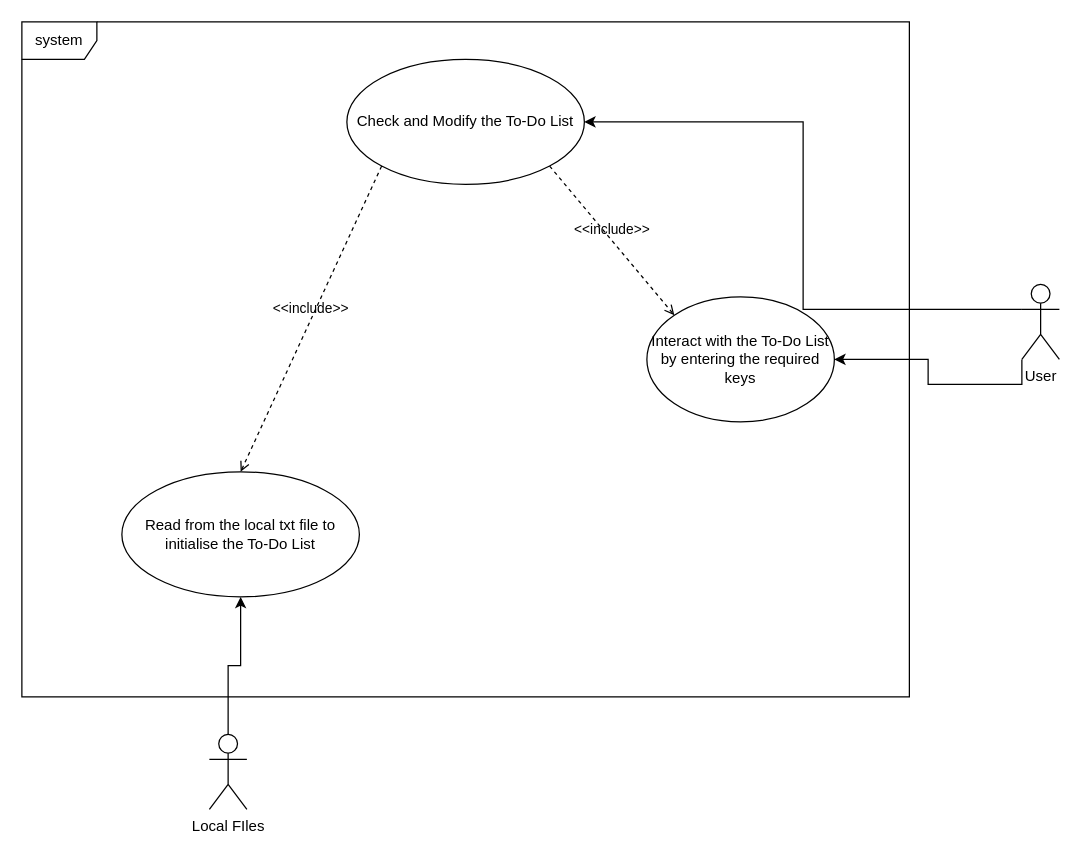
The draw.io diagram page "Use Case Diagram" (1 of 3) of uml_diagrams/ToDoListConsoleApplication.drawio in EvatsugDnalloR/ToDoListConsoleApplication, before the edit. Source tidied: cells renumbered, new cells numbered last; positions are measured from the earlier drawing's top-left corner, leaving out a move shared by most shapes. Both pictures are drawn from the tidied source at 125%, with x=0, y=0 at pixel (21, 21).
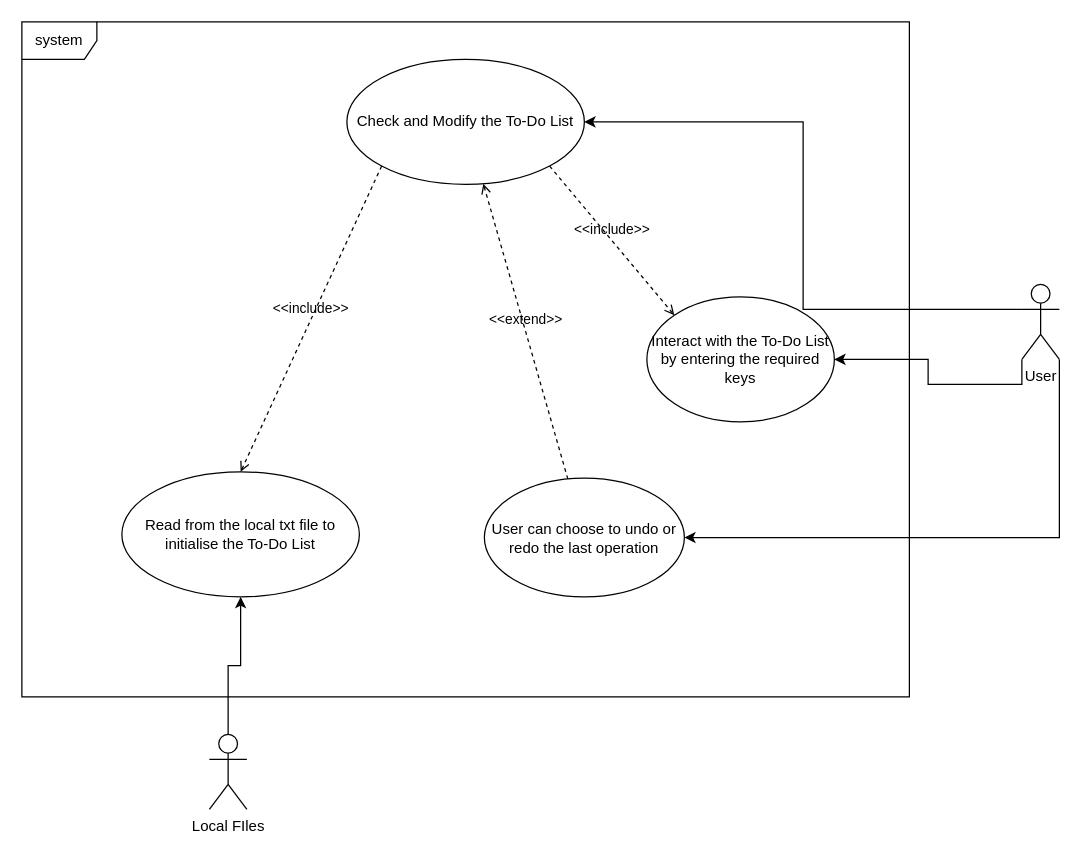
The same diagram, later.

What changed in the source:
```diff
@@
 <mxGraphModel>
   <root>
     <mxCell id="0" />
     <mxCell id="1" parent="0" />
     <mxCell id="2" value="system" style="shape=umlFrame;whiteSpace=wrap;html=1;" parent="1" vertex="1">
       <mxGeometry width="710" height="540" as="geometry" />
     </mxCell>
     <mxCell id="3" style="edgeStyle=orthogonalEdgeStyle;rounded=0;jettySize=auto;html=1;exitX=0;exitY=1;exitDx=0;exitDy=0;exitPerimeter=0;entryX=1;entryY=0.5;entryDx=0;entryDy=0;" parent="1" edge="1" source="5" target="9">
       <mxGeometry relative="1" as="geometry" />
     </mxCell>
     <mxCell id="4" style="edgeStyle=orthogonalEdgeStyle;rounded=0;jettySize=auto;html=1;exitX=0;exitY=0.3333333333333333;exitDx=0;exitDy=0;exitPerimeter=0;entryX=1;entryY=0.5;entryDx=0;entryDy=0;" parent="1" edge="1" source="5" target="8">
       <mxGeometry relative="1" as="geometry" />
     </mxCell>
+    <mxCell id="13" style="edgeStyle=orthogonalEdgeStyle;rounded=0;jettySize=auto;html=1;exitX=1;exitY=1;exitDx=0;exitDy=0;exitPerimeter=0;entryX=1;entryY=0.5;entryDx=0;entryDy=0;" parent="1" edge="1" source="5" target="14">
+      <mxGeometry relative="1" as="geometry" />
+    </mxCell>
     <mxCell id="5" value="User" style="shape=umlActor;verticalLabelPosition=bottom;verticalAlign=top;html=1;" parent="1" vertex="1">
       <mxGeometry x="800" y="210" width="30" height="60" as="geometry" />
     </mxCell>
     <mxCell id="6" style="edgeStyle=orthogonalEdgeStyle;rounded=0;jettySize=auto;html=1;exitX=0.5;exitY=0;exitDx=0;exitDy=0;exitPerimeter=0;entryX=0.5;entryY=1;entryDx=0;entryDy=0;" parent="1" edge="1" source="7" target="10">
       <mxGeometry relative="1" as="geometry" />
     </mxCell>
     <mxCell id="7" value="&lt;div&gt;&lt;span style=&quot;background-color: initial;&quot;&gt;Local FIles&lt;/span&gt;&lt;br&gt;&lt;/div&gt;" style="shape=umlActor;verticalLabelPosition=bottom;verticalAlign=top;html=1;" parent="1" vertex="1">
       <mxGeometry x="150" y="570" width="30" height="60" as="geometry" />
     </mxCell>
     <mxCell id="8" value="Check and Modify the To-Do&lt;span style=&quot;background-color: initial;&quot;&gt;&amp;nbsp;List&lt;/span&gt;" style="ellipse;whiteSpace=wrap;html=1;" parent="1" vertex="1">
       <mxGeometry x="260" y="30" width="190" height="100" as="geometry" />
     </mxCell>
     <mxCell id="9" value="Interact with the To-Do List by entering the required keys" style="ellipse;whiteSpace=wrap;html=1;" parent="1" vertex="1">
       <mxGeometry x="500" y="220" width="150" height="100" as="geometry" />
     </mxCell>
     <mxCell id="10" value="Read from the local txt file to initialise the To-Do List" style="ellipse;whiteSpace=wrap;html=1;" parent="1" vertex="1">
       <mxGeometry x="80" y="360" width="190" height="100" as="geometry" />
     </mxCell>
     <mxCell id="11" value="&amp;lt;&amp;lt;include&amp;gt;&amp;gt;" style="html=1;verticalAlign=bottom;labelBackgroundColor=none;endArrow=open;endFill=0;dashed=1;rounded=0;exitX=0;exitY=1;exitDx=0;exitDy=0;entryX=0.5;entryY=0;entryDx=0;entryDy=0;" parent="1" edge="1" source="8" target="10">
       <mxGeometry relative="1" as="geometry" />
     </mxCell>
     <mxCell id="12" value="&amp;lt;&amp;lt;include&amp;gt;&amp;gt;" style="html=1;verticalAlign=bottom;labelBackgroundColor=none;endArrow=open;endFill=0;dashed=1;rounded=0;exitX=1;exitY=1;exitDx=0;exitDy=0;entryX=0;entryY=0;entryDx=0;entryDy=0;" parent="1" edge="1" source="8" target="9">
       <mxGeometry relative="1" as="geometry" />
     </mxCell>
+    <mxCell id="14" value="User can choose to undo or redo the last operation" style="ellipse;whiteSpace=wrap;html=1;" parent="1" vertex="1">
+      <mxGeometry x="370" y="365" width="160" height="95" as="geometry" />
+    </mxCell>
+    <mxCell id="15" value="&amp;lt;&amp;lt;extend&amp;gt;&amp;gt;" style="html=1;verticalAlign=bottom;labelBackgroundColor=none;endArrow=open;endFill=0;dashed=1;rounded=0;" parent="1" edge="1" source="14" target="8">
+      <mxGeometry relative="1" as="geometry" />
+    </mxCell>
   </root>
 </mxGraphModel>
```
